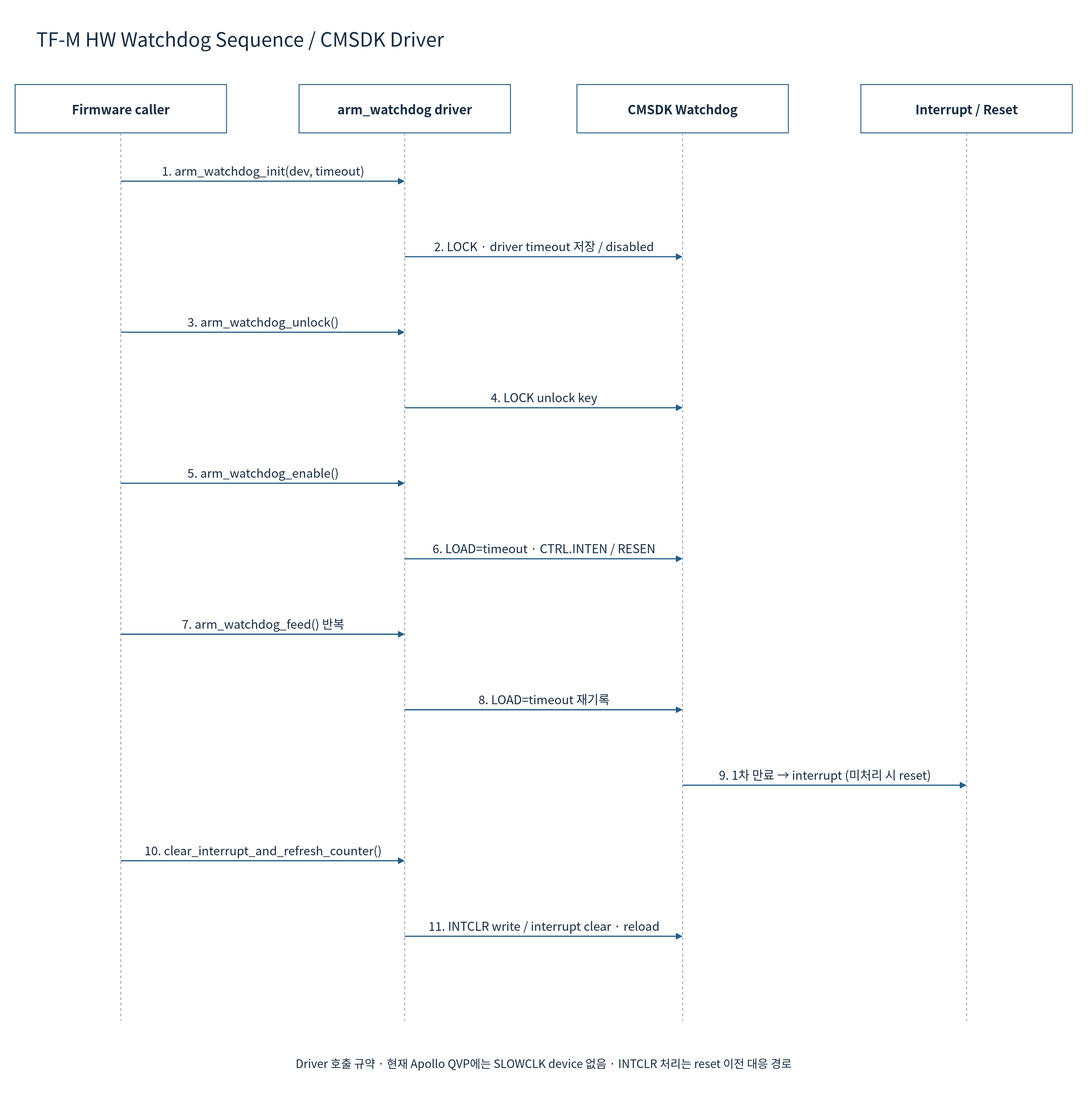
cometzero/project-apollo keeps this draw.io diagram as doc/phase1/watchdog/diagrams/10d-tfm-sequence.drawio.svg. Above is the earlier version. Source tidied: cells renumbered, new cells last; positions are measured from the earlier drawing's top-left corner, leaving out a move shared by most shapes. Source of this version:
```xml
<mxGraphModel background="#FFFFFF">
  <root>
    <mxCell id="0" />
    <mxCell id="1" parent="0" />
    <mxCell id="2" style="rounded=0;whiteSpace=wrap;html=1;fillColor=#FFFFFF;strokeColor=none;strokeWidth=1.5;fontColor=#172C43;fontFamily=Noto Sans CJK KR;fontSize=22;spacing=10;" parent="1" vertex="1">
      <mxGeometry width="1800" height="1830" as="geometry" />
    </mxCell>
    <mxCell id="3" value="TF-M HW Watchdog Sequence / CMSDK Driver" style="rounded=0;whiteSpace=wrap;html=1;fillColor=#FFFFFF;strokeColor=none;strokeWidth=1.5;fontColor=#172C43;fontFamily=Noto Sans CJK KR;fontSize=22;spacing=10;fontSize=32;align=left;" parent="1" vertex="1">
      <mxGeometry x="50" y="30" width="1700" height="65" as="geometry" />
    </mxCell>
    <mxCell id="4" value="Firmware caller" style="rounded=0;whiteSpace=wrap;html=1;fillColor=#FFFFFF;strokeColor=#235D86;strokeWidth=1.5;fontColor=#172C43;fontFamily=Noto Sans CJK KR;fontSize=22;spacing=10;fontStyle=1;fontSize=21;" parent="1" vertex="1">
      <mxGeometry x="25" y="140" width="350" height="80" as="geometry" />
    </mxCell>
    <mxCell id="5" style="endArrow=none;dashed=1;strokeColor=#94A3B8;strokeWidth=1.5;" parent="1" edge="1">
      <mxGeometry relative="1" as="geometry">
        <mxPoint x="200" y="220" as="sourcePoint" />
        <mxPoint x="200" y="1690" as="targetPoint" />
      </mxGeometry>
    </mxCell>
    <mxCell id="6" value="arm_watchdog driver" style="rounded=0;whiteSpace=wrap;html=1;fillColor=#FFFFFF;strokeColor=#235D86;strokeWidth=1.5;fontColor=#172C43;fontFamily=Noto Sans CJK KR;fontSize=22;spacing=10;fontStyle=1;fontSize=21;" parent="1" vertex="1">
      <mxGeometry x="495" y="140" width="350" height="80" as="geometry" />
    </mxCell>
    <mxCell id="7" style="endArrow=none;dashed=1;strokeColor=#94A3B8;strokeWidth=1.5;" parent="1" edge="1">
      <mxGeometry relative="1" as="geometry">
        <mxPoint x="670" y="220" as="sourcePoint" />
        <mxPoint x="670" y="1690" as="targetPoint" />
      </mxGeometry>
    </mxCell>
    <mxCell id="8" value="CMSDK Watchdog" style="rounded=0;whiteSpace=wrap;html=1;fillColor=#FFFFFF;strokeColor=#235D86;strokeWidth=1.5;fontColor=#172C43;fontFamily=Noto Sans CJK KR;fontSize=22;spacing=10;fontStyle=1;fontSize=21;" parent="1" vertex="1">
      <mxGeometry x="955" y="140" width="350" height="80" as="geometry" />
    </mxCell>
    <mxCell id="9" style="endArrow=none;dashed=1;strokeColor=#94A3B8;strokeWidth=1.5;" parent="1" edge="1">
      <mxGeometry relative="1" as="geometry">
        <mxPoint x="1130" y="220" as="sourcePoint" />
        <mxPoint x="1130" y="1690" as="targetPoint" />
      </mxGeometry>
    </mxCell>
    <mxCell id="10" value="Interrupt / Reset" style="rounded=0;whiteSpace=wrap;html=1;fillColor=#FFFFFF;strokeColor=#235D86;strokeWidth=1.5;fontColor=#172C43;fontFamily=Noto Sans CJK KR;fontSize=22;spacing=10;fontStyle=1;fontSize=21;" parent="1" vertex="1">
      <mxGeometry x="1425" y="140" width="350" height="80" as="geometry" />
    </mxCell>
    <mxCell id="11" style="endArrow=none;dashed=1;strokeColor=#94A3B8;strokeWidth=1.5;" parent="1" edge="1">
      <mxGeometry relative="1" as="geometry">
        <mxPoint x="1600" y="220" as="sourcePoint" />
        <mxPoint x="1600" y="1690" as="targetPoint" />
      </mxGeometry>
    </mxCell>
    <mxCell id="12" value="1. arm_watchdog_init(dev, timeout)" style="edgeStyle=none;html=1;endArrow=block;endFill=1;strokeColor=#235D86;strokeWidth=2;fontColor=#172C43;fontFamily=Noto Sans CJK KR;fontSize=20;labelBackgroundColor=#FFFFFF;" parent="1" edge="1">
      <mxGeometry relative="1" as="geometry">
        <mxPoint x="200" y="300" as="sourcePoint" />
        <mxPoint x="670" y="300" as="targetPoint" />
        <mxPoint y="-18" as="offset" />
      </mxGeometry>
    </mxCell>
    <mxCell id="13" value="2. LOCK · driver timeout 저장 / disabled" style="edgeStyle=none;html=1;endArrow=block;endFill=1;strokeColor=#235D86;strokeWidth=2;fontColor=#172C43;fontFamily=Noto Sans CJK KR;fontSize=20;labelBackgroundColor=#FFFFFF;" parent="1" edge="1">
      <mxGeometry relative="1" as="geometry">
        <mxPoint x="670" y="425" as="sourcePoint" />
        <mxPoint x="1130" y="425" as="targetPoint" />
        <mxPoint y="-18" as="offset" />
      </mxGeometry>
    </mxCell>
    <mxCell id="14" value="3. arm_watchdog_unlock()" style="edgeStyle=none;html=1;endArrow=block;endFill=1;strokeColor=#235D86;strokeWidth=2;fontColor=#172C43;fontFamily=Noto Sans CJK KR;fontSize=20;labelBackgroundColor=#FFFFFF;" parent="1" edge="1">
      <mxGeometry relative="1" as="geometry">
        <mxPoint x="200" y="550" as="sourcePoint" />
        <mxPoint x="670" y="550" as="targetPoint" />
        <mxPoint y="-18" as="offset" />
      </mxGeometry>
    </mxCell>
    <mxCell id="15" value="4. LOCK unlock key" style="edgeStyle=none;html=1;endArrow=block;endFill=1;strokeColor=#235D86;strokeWidth=2;fontColor=#172C43;fontFamily=Noto Sans CJK KR;fontSize=20;labelBackgroundColor=#FFFFFF;" parent="1" edge="1">
      <mxGeometry relative="1" as="geometry">
        <mxPoint x="670" y="675" as="sourcePoint" />
        <mxPoint x="1130" y="675" as="targetPoint" />
        <mxPoint y="-18" as="offset" />
      </mxGeometry>
    </mxCell>
    <mxCell id="16" value="5. arm_watchdog_enable()" style="edgeStyle=none;html=1;endArrow=block;endFill=1;strokeColor=#235D86;strokeWidth=2;fontColor=#172C43;fontFamily=Noto Sans CJK KR;fontSize=20;labelBackgroundColor=#FFFFFF;" parent="1" edge="1">
      <mxGeometry relative="1" as="geometry">
        <mxPoint x="200" y="800" as="sourcePoint" />
        <mxPoint x="670" y="800" as="targetPoint" />
        <mxPoint y="-18" as="offset" />
      </mxGeometry>
    </mxCell>
    <mxCell id="17" value="6. LOAD=timeout · CTRL.INTEN / RESEN" style="edgeStyle=none;html=1;endArrow=block;endFill=1;strokeColor=#235D86;strokeWidth=2;fontColor=#172C43;fontFamily=Noto Sans CJK KR;fontSize=20;labelBackgroundColor=#FFFFFF;" parent="1" edge="1">
      <mxGeometry relative="1" as="geometry">
        <mxPoint x="670" y="925" as="sourcePoint" />
        <mxPoint x="1130" y="925" as="targetPoint" />
        <mxPoint y="-18" as="offset" />
      </mxGeometry>
    </mxCell>
    <mxCell id="18" value="7. arm_watchdog_feed() 반복" style="edgeStyle=none;html=1;endArrow=block;endFill=1;strokeColor=#235D86;strokeWidth=2;fontColor=#172C43;fontFamily=Noto Sans CJK KR;fontSize=20;labelBackgroundColor=#FFFFFF;" parent="1" edge="1">
      <mxGeometry relative="1" as="geometry">
        <mxPoint x="200" y="1050" as="sourcePoint" />
        <mxPoint x="670" y="1050" as="targetPoint" />
        <mxPoint y="-18" as="offset" />
      </mxGeometry>
    </mxCell>
    <mxCell id="19" value="8. LOAD=timeout 재기록" style="edgeStyle=none;html=1;endArrow=block;endFill=1;strokeColor=#235D86;strokeWidth=2;fontColor=#172C43;fontFamily=Noto Sans CJK KR;fontSize=20;labelBackgroundColor=#FFFFFF;" parent="1" edge="1">
      <mxGeometry relative="1" as="geometry">
        <mxPoint x="670" y="1175" as="sourcePoint" />
        <mxPoint x="1130" y="1175" as="targetPoint" />
        <mxPoint y="-18" as="offset" />
      </mxGeometry>
    </mxCell>
    <mxCell id="20" value="9. 1차 만료 → interrupt (미처리 시 reset)" style="edgeStyle=none;html=1;endArrow=block;endFill=1;strokeColor=#235D86;strokeWidth=2;fontColor=#172C43;fontFamily=Noto Sans CJK KR;fontSize=20;labelBackgroundColor=#FFFFFF;" parent="1" edge="1">
      <mxGeometry relative="1" as="geometry">
        <mxPoint x="1130" y="1300" as="sourcePoint" />
        <mxPoint x="1600" y="1300" as="targetPoint" />
        <mxPoint y="-18" as="offset" />
      </mxGeometry>
    </mxCell>
    <mxCell id="21" value="10. clear_interrupt_and_refresh_counter()" style="edgeStyle=none;html=1;endArrow=block;endFill=1;strokeColor=#235D86;strokeWidth=2;fontColor=#172C43;fontFamily=Noto Sans CJK KR;fontSize=20;labelBackgroundColor=#FFFFFF;" parent="1" edge="1">
      <mxGeometry relative="1" as="geometry">
        <mxPoint x="200" y="1425" as="sourcePoint" />
        <mxPoint x="670" y="1425" as="targetPoint" />
        <mxPoint y="-18" as="offset" />
      </mxGeometry>
    </mxCell>
    <mxCell id="22" value="11. INTCLR write / interrupt clear · reload" style="edgeStyle=none;html=1;endArrow=block;endFill=1;strokeColor=#235D86;strokeWidth=2;fontColor=#172C43;fontFamily=Noto Sans CJK KR;fontSize=20;labelBackgroundColor=#FFFFFF;" parent="1" edge="1">
      <mxGeometry relative="1" as="geometry">
        <mxPoint x="670" y="1550" as="sourcePoint" />
        <mxPoint x="1130" y="1550" as="targetPoint" />
        <mxPoint y="-18" as="offset" />
      </mxGeometry>
    </mxCell>
    <mxCell id="23" value="Driver 호출 규약 · 현재 Apollo QVP에는 SLOWCLK device 없음 · INTCLR 처리는 reset 이전 대응 경로" style="rounded=0;whiteSpace=wrap;html=1;fillColor=#FFFFFF;strokeColor=none;strokeWidth=1.5;fontColor=#172C43;fontFamily=Noto Sans CJK KR;fontSize=22;spacing=10;fontSize=19;" parent="1" vertex="1">
      <mxGeometry x="70" y="1730" width="1660" height="60" as="geometry" />
    </mxCell>
  </root>
</mxGraphModel>
```
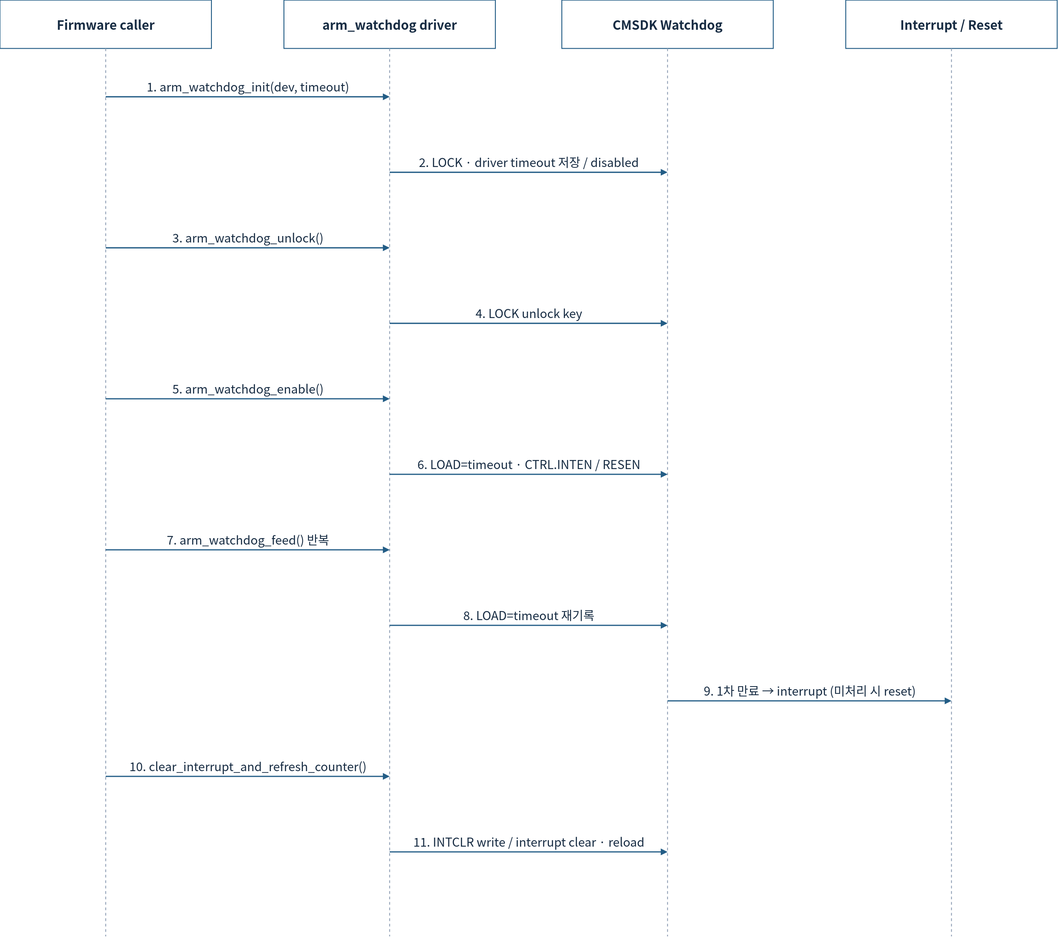
After the change.

Change to the diagram source:
```diff
@@ -2,12 +2,6 @@
   <root>
     <mxCell id="0" />
     <mxCell id="1" parent="0" />
-    <mxCell id="2" style="rounded=0;whiteSpace=wrap;html=1;fillColor=#FFFFFF;strokeColor=none;strokeWidth=1.5;fontColor=#172C43;fontFamily=Noto Sans CJK KR;fontSize=22;spacing=10;" parent="1" vertex="1">
-      <mxGeometry width="1800" height="1830" as="geometry" />
-    </mxCell>
-    <mxCell id="3" value="TF-M HW Watchdog Sequence / CMSDK Driver" style="rounded=0;whiteSpace=wrap;html=1;fillColor=#FFFFFF;strokeColor=none;strokeWidth=1.5;fontColor=#172C43;fontFamily=Noto Sans CJK KR;fontSize=22;spacing=10;fontSize=32;align=left;" parent="1" vertex="1">
-      <mxGeometry x="50" y="30" width="1700" height="65" as="geometry" />
-    </mxCell>
     <mxCell id="4" value="Firmware caller" style="rounded=0;whiteSpace=wrap;html=1;fillColor=#FFFFFF;strokeColor=#235D86;strokeWidth=1.5;fontColor=#172C43;fontFamily=Noto Sans CJK KR;fontSize=22;spacing=10;fontStyle=1;fontSize=21;" parent="1" vertex="1">
       <mxGeometry x="25" y="140" width="350" height="80" as="geometry" />
     </mxCell>
@@ -121,8 +115,5 @@
         <mxPoint y="-18" as="offset" />
       </mxGeometry>
     </mxCell>
-    <mxCell id="23" value="Driver 호출 규약 · 현재 Apollo QVP에는 SLOWCLK device 없음 · INTCLR 처리는 reset 이전 대응 경로" style="rounded=0;whiteSpace=wrap;html=1;fillColor=#FFFFFF;strokeColor=none;strokeWidth=1.5;fontColor=#172C43;fontFamily=Noto Sans CJK KR;fontSize=22;spacing=10;fontSize=19;" parent="1" vertex="1">
-      <mxGeometry x="70" y="1730" width="1660" height="60" as="geometry" />
-    </mxCell>
   </root>
 </mxGraphModel>
```
